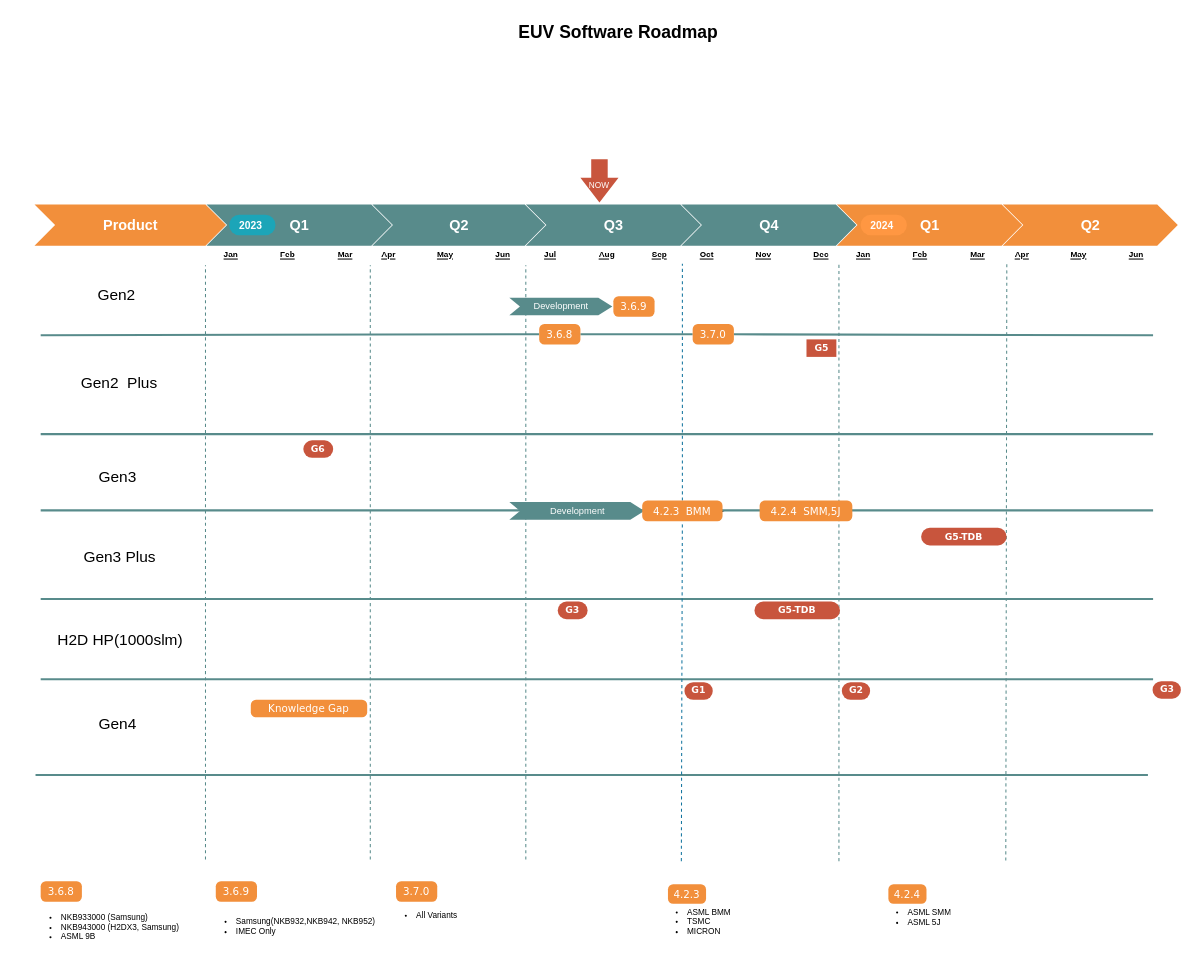
The draw.io diagram page "EUV" (1 of 8) of 0.Project Roadmap.drawio in EdwardsKorea/CommonDrawIO, before the edit. Source tidied: cells renumbered, new cells numbered last; positions are measured from the earlier drawing's top-left corner, leaving out a move shared by most shapes. Both pictures are drawn from the tidied source at 103%, with x=0, y=0 at pixel (18, 18).
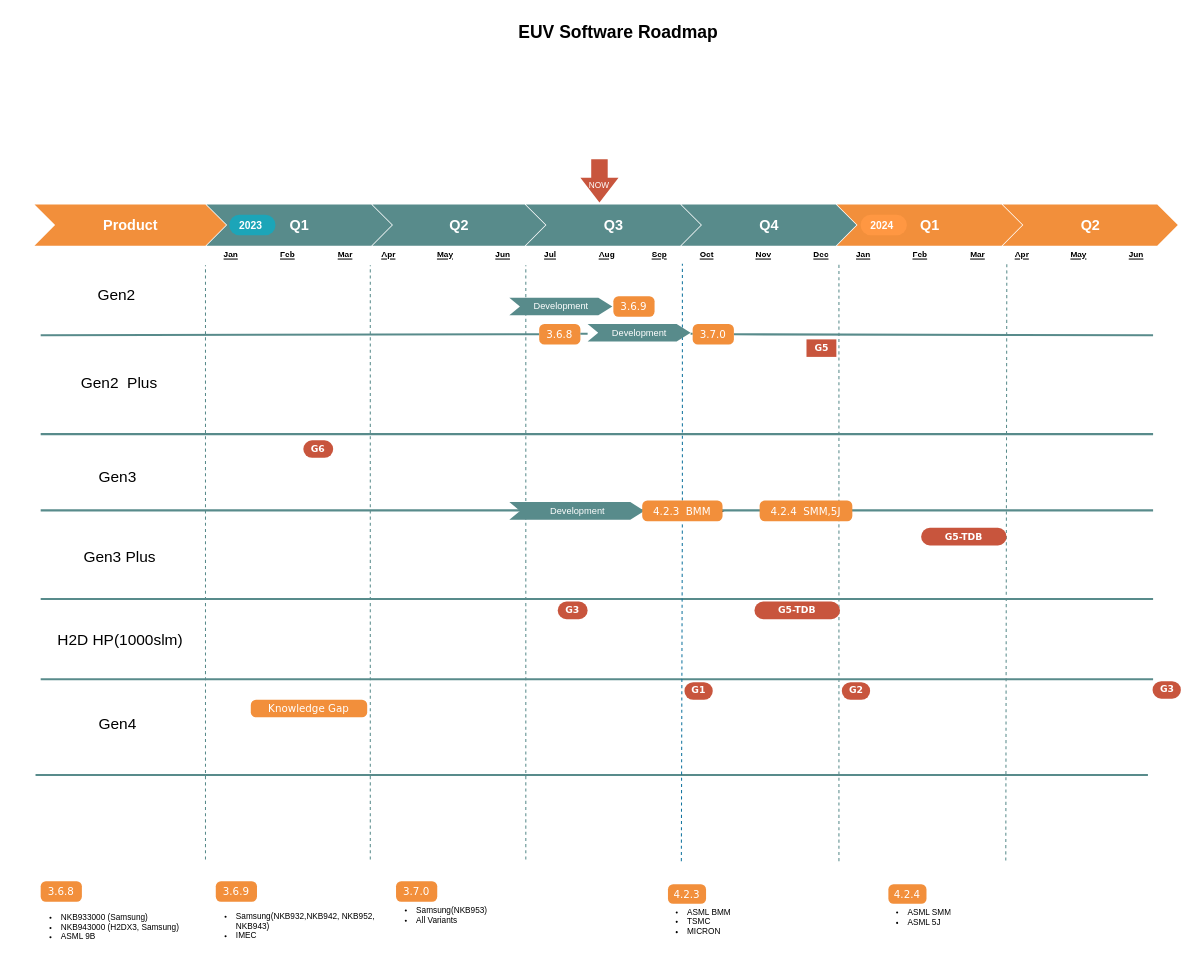
The same diagram, later.

The change refers to these unchanged cells:
```xml
<mxCell id="60" value="3.7.0" style="html=1;shadow=0;dashed=0;shape=mxgraph.bootstrap.rrect;rSize=5;strokeColor=none;strokeWidth=1;fillColor=#F28f3b;fontColor=#FFFFFF;whiteSpace=wrap;align=center;verticalAlign=middle;spacingLeft=0;fontStyle=0;fontSize=10;spacing=5;fontFamily=Verdana;labelBackgroundColor=none;" parent="1" vertex="1">
  <mxGeometry x="655" y="297" width="40" height="20" as="geometry" />
</mxCell>
<mxCell id="71" value="3.6.8" style="html=1;shadow=0;dashed=0;shape=mxgraph.bootstrap.rrect;rSize=5;strokeColor=none;strokeWidth=1;fillColor=#F28f3b;fontColor=#FFFFFF;whiteSpace=wrap;align=center;verticalAlign=middle;spacingLeft=0;fontStyle=0;fontSize=10;spacing=5;fontFamily=Verdana;labelBackgroundColor=none;" parent="1" vertex="1">
  <mxGeometry x="506" y="297" width="40" height="20" as="geometry" />
</mxCell>
```

The edit, as a diff of the source:
```diff
@@
-    <mxCell id="55" value="&lt;ul&gt;&lt;li&gt;Samsung(NKB932,NKB942, NKB952)&lt;/li&gt;&lt;li&gt;IMEC Only&lt;/li&gt;&lt;/ul&gt;" style="text;strokeColor=none;fillColor=none;html=1;whiteSpace=wrap;verticalAlign=middle;overflow=hidden;fontSize=8;fontFamily=Helvetica;fontColor=#000000;labelPosition=center;verticalLabelPosition=middle;align=left;" parent="1" vertex="1">
+    <mxCell id="55" value="&lt;ul&gt;&lt;li&gt;Samsung(NKB932,NKB942, NKB952, NKB943)&lt;/li&gt;&lt;li&gt;IMEC&lt;/li&gt;&lt;/ul&gt;" style="text;strokeColor=none;fillColor=none;html=1;whiteSpace=wrap;verticalAlign=middle;overflow=hidden;fontSize=8;fontFamily=Helvetica;fontColor=#000000;labelPosition=center;verticalLabelPosition=middle;align=left;" parent="1" vertex="1">
       <mxGeometry x="170" y="851" width="211" height="62" as="geometry" />
     </mxCell>
@@
-    <mxCell id="59" style="endArrow=none;html=1;strokeColor=#588b8b;strokeWidth=2;" parent="1" edge="1" source="71" target="60">
+    <mxCell id="59" style="endArrow=none;html=1;strokeColor=#588b8b;strokeWidth=2;" parent="1" edge="1" source="80" target="60">
       <mxGeometry relative="1" as="geometry" />
     </mxCell>
@@
-    <mxCell id="68" value="&lt;ul&gt;&lt;li&gt;All Variants&amp;nbsp;&lt;/li&gt;&lt;/ul&gt;" style="text;strokeColor=none;fillColor=none;html=1;whiteSpace=wrap;verticalAlign=middle;overflow=hidden;fontSize=8;fontFamily=Helvetica;fontColor=#000000;labelPosition=center;verticalLabelPosition=middle;align=left;" parent="1" vertex="1">
+    <mxCell id="68" value="&lt;ul&gt;&lt;li&gt;Samsung(NKB953)&lt;/li&gt;&lt;li&gt;All Variants&amp;nbsp;&lt;/li&gt;&lt;/ul&gt;" style="text;strokeColor=none;fillColor=none;html=1;whiteSpace=wrap;verticalAlign=middle;overflow=hidden;fontSize=8;fontFamily=Helvetica;fontColor=#000000;labelPosition=center;verticalLabelPosition=middle;align=left;" parent="1" vertex="1">
       <mxGeometry x="345" y="851" width="211" height="40" as="geometry" />
     </mxCell>
@@
+    <mxCell id="79" style="endArrow=none;html=1;strokeColor=#588b8b;strokeWidth=2;" parent="1" edge="1" source="71" target="80">
+      <mxGeometry relative="1" as="geometry" />
+    </mxCell>
+    <mxCell id="80" value="Development" style="html=1;shape=mxgraph.infographic.ribbonSimple;notch1=10.29;notch2=13.57;fillColor=#588b8b;strokeColor=none;align=center;verticalAlign=middle;fontColor=#ffffff;fontSize=9;fontStyle=0;rounded=0;" parent="1" vertex="1">
+      <mxGeometry x="553" y="297" width="100" height="17" as="geometry" />
+    </mxCell>
```
